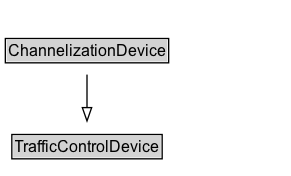
Earlier version of the Graphviz export docs/diagrams/ChannelizationDevice.dot.png (k-vaughn/ontology-its-regulation). Its source is kept beside it as docs/diagrams/ChannelizationDevice.dot.
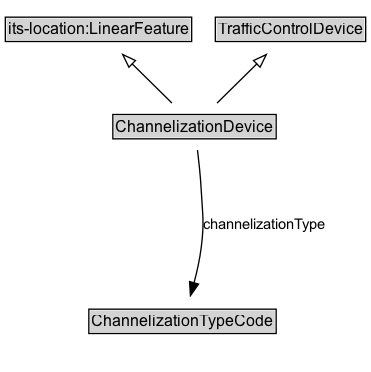
Later version of the same file.

Change to the diagram source:
```diff
@@ -2,6 +2,11 @@
 	graph [overlap=false rankdir=TB splines=true]
 	node [fontname=Arial fontsize=12 margin=0 shape=none]
 	edge [fontname=Arial fontsize=11]
+	{
+		rank=source
+		"its-location_LinearFeature" [label=<<TABLE BORDER="1" CELLBORDER="0" CELLSPACING="0" CELLPADDING="1"><TR><TD BGCOLOR="lightgray" ALIGN="CENTER">its-location:LinearFeature</TD></TR></TABLE>> URL="https://w3id.org/itsdata/location/v1/LinearFeature" margin=0]
+		TrafficControlDevice [label=<<TABLE BORDER="1" CELLBORDER="0" CELLSPACING="0" CELLPADDING="1"><TR><TD BGCOLOR="lightgray" ALIGN="CENTER">TrafficControlDevice</TD></TR></TABLE>> URL="../TrafficControlDevice" margin=0]
+	}
 	ChannelizationDevice [label=<<TABLE BORDER="1" CELLBORDER="0" CELLSPACING="0" CELLPADDING="1"><TR><TD BGCOLOR="lightgray" ALIGN="CENTER">ChannelizationDevice</TD></TR></TABLE>> URL="../ChannelizationDevice" margin=0]
 	{
 		rank=max
@@ -9,7 +14,12 @@
 	subgraph cluster_associated {
 		label="" style=invis
 		Invis [label=<<TABLE BORDER="0" CELLBORDER="0" CELLSPACING="0" CELLPADDING="1"><TR><TD></TD></TR></TABLE>> margin=0 style=invis]
+		ChannelizationTypeCode [label=<<TABLE BORDER="1" CELLBORDER="0" CELLSPACING="0" CELLPADDING="1"><TR><TD BGCOLOR="lightgray" ALIGN="CENTER">ChannelizationTypeCode</TD></TR></TABLE>> URL="../ChannelizationTypeCode" margin=0]
 	}
-	TrafficControlDevice [label=<<TABLE BORDER="1" CELLBORDER="0" CELLSPACING="0" CELLPADDING="1"><TR><TD BGCOLOR="lightgray" ALIGN="CENTER">TrafficControlDevice</TD></TR></TABLE>> URL="../TrafficControlDevice" margin=0]
+	ChannelizationDevice -> "its-location_LinearFeature" [arrowhead=onormal style=solid]
 	ChannelizationDevice -> TrafficControlDevice [arrowhead=onormal style=solid]
+	ChannelizationDevice -> Invis [style=invis]
+	Invis -> ChannelizationTypeCode [style=invis]
+	ChannelizationTypeCode [label=<<TABLE BORDER="1" CELLBORDER="0" CELLSPACING="0" CELLPADDING="1"><TR><TD BGCOLOR="lightgray" ALIGN="CENTER">ChannelizationTypeCode</TD></TR></TABLE>> URL="../ChannelizationTypeCode" margin=0]
+	ChannelizationDevice -> ChannelizationTypeCode [label=channelizationType arrowhead=normal style=solid]
 }
```
